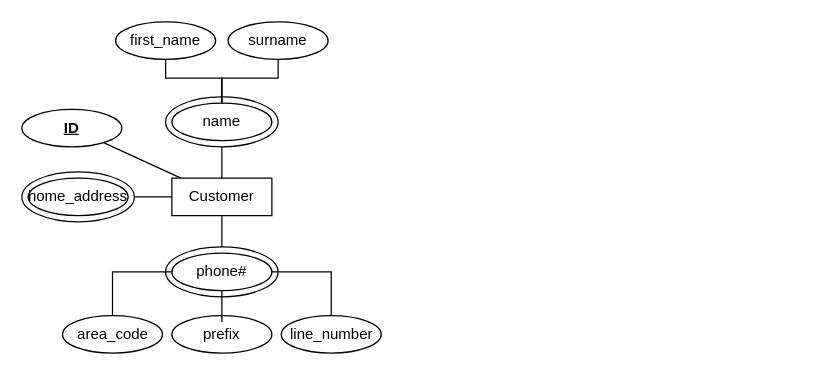
The draw.io diagram Project-Deliverable-1.drawio in RyBres/Database-Project, before the edit. Source tidied: cells renumbered, new cells numbered last; positions are measured from the earlier drawing's top-left corner, leaving out a move shared by most shapes. Both pictures are drawn from the tidied source at 125%, with x=0, y=0 at pixel (21, 21).
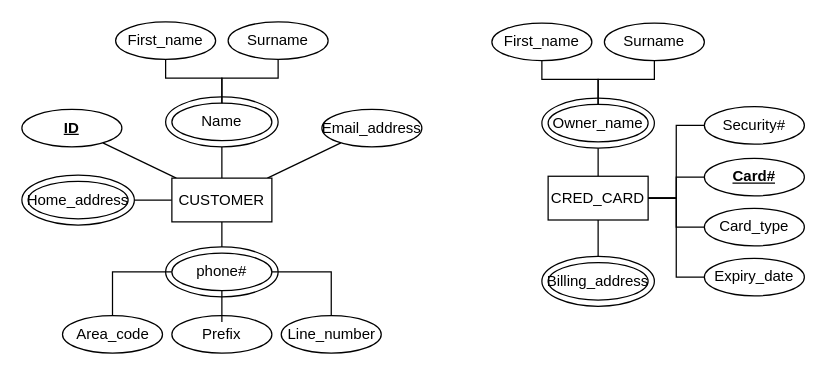
After the change.

Commit message:
Added credit card relation

Unchanged cells that the change refers to:
```xml
<mxCell id="11" style="group;" parent="1" vertex="1">
  <mxGeometry x="32.5" y="180" width="255" height="85" as="geometry" />
</mxCell>
<mxCell id="21" style="group;" parent="1" vertex="1">
  <mxGeometry x="75" width="170" height="100" as="geometry" />
</mxCell>
<mxCell id="24" style="group;" parent="21" vertex="1">
  <mxGeometry x="40" y="60" width="90" height="40" as="geometry" />
</mxCell>
```

Change to the diagram source:
```diff
@@
+    <mxCell id="29" style="rounded=0;jettySize=auto;html=1;endArrow=none;startFill=0;" parent="1" edge="1" source="6" target="30">
+      <mxGeometry relative="1" as="geometry" />
+    </mxCell>
-    <mxCell id="6" value="Customer" style="rounded=0;whiteSpace=wrap;html=1;" parent="1" vertex="1">
-      <mxGeometry x="120" y="125" width="80" height="30" as="geometry" />
+    <mxCell id="6" value="CUSTOMER" style="rounded=0;whiteSpace=wrap;html=1;" parent="1" vertex="1">
+      <mxGeometry x="120" y="125" width="80" height="35" as="geometry" />
     </mxCell>
@@
     <mxCell id="8" style="group;" parent="1" vertex="1">
-      <mxGeometry y="120" width="90" height="40" as="geometry" />
+      <mxGeometry y="122.5" width="90" height="40" as="geometry" />
     </mxCell>
@@
-    <mxCell id="10" value="home_address" style="ellipse;whiteSpace=wrap;html=1;perimeterSpacing=0;" parent="8" vertex="1">
+    <mxCell id="10" value="Home_address" style="ellipse;whiteSpace=wrap;html=1;perimeterSpacing=0;" parent="8" vertex="1">
       <mxGeometry x="5" y="5" width="80" height="30" as="geometry" />
     </mxCell>
@@
-    <mxCell id="15" value="area_code" style="ellipse;whiteSpace=wrap;html=1;" parent="11" vertex="1">
+    <mxCell id="15" value="Area_code" style="ellipse;whiteSpace=wrap;html=1;" parent="11" vertex="1">
       <mxGeometry y="55" width="80" height="30" as="geometry" />
     </mxCell>
-    <mxCell id="16" value="prefix" style="ellipse;whiteSpace=wrap;html=1;" parent="11" vertex="1">
+    <mxCell id="16" value="Prefix" style="ellipse;whiteSpace=wrap;html=1;" parent="11" vertex="1">
       <mxGeometry x="87.5" y="55" width="80" height="30" as="geometry" />
     </mxCell>
-    <mxCell id="17" value="line_number" style="ellipse;whiteSpace=wrap;html=1;" parent="11" vertex="1">
+    <mxCell id="17" value="Line_number" style="ellipse;whiteSpace=wrap;html=1;" parent="11" vertex="1">
       <mxGeometry x="175" y="55" width="80" height="30" as="geometry" />
     </mxCell>
@@
-    <mxCell id="22" value="first_name" style="ellipse;whiteSpace=wrap;html=1;" parent="21" vertex="1">
+    <mxCell id="22" value="First_name" style="ellipse;whiteSpace=wrap;html=1;" parent="21" vertex="1">
       <mxGeometry width="80" height="30" as="geometry" />
     </mxCell>
-    <mxCell id="23" value="surname" style="ellipse;whiteSpace=wrap;html=1;" parent="21" vertex="1">
+    <mxCell id="23" value="Surname" style="ellipse;whiteSpace=wrap;html=1;" parent="21" vertex="1">
       <mxGeometry x="90" width="80" height="30" as="geometry" />
     </mxCell>
@@
-    <mxCell id="26" value="name" style="ellipse;whiteSpace=wrap;html=1;perimeterSpacing=0;" parent="24" vertex="1">
+    <mxCell id="26" value="Name" style="ellipse;whiteSpace=wrap;html=1;perimeterSpacing=0;" parent="24" vertex="1">
       <mxGeometry x="5" y="5" width="80" height="30" as="geometry" />
     </mxCell>
@@
+    <mxCell id="30" value="Email_address" style="ellipse;whiteSpace=wrap;html=1;" parent="1" vertex="1">
+      <mxGeometry x="240" y="70" width="80" height="30" as="geometry" />
+    </mxCell>
+    <mxCell id="31" style="group;" parent="1" vertex="1">
+      <mxGeometry x="376" y="1" width="250" height="226.5" as="geometry" />
+    </mxCell>
+    <mxCell id="32" style="edgeStyle=orthogonalEdgeStyle;rounded=0;jettySize=auto;html=1;exitX=1;exitY=0.5;exitDx=0;exitDy=0;entryX=0;entryY=0.5;entryDx=0;entryDy=0;endArrow=none;startFill=0;" parent="31" edge="1" source="38" target="40">
+      <mxGeometry relative="1" as="geometry" />
+    </mxCell>
+    <mxCell id="33" style="edgeStyle=orthogonalEdgeStyle;rounded=0;jettySize=auto;html=1;exitX=1;exitY=0.5;exitDx=0;exitDy=0;entryX=0;entryY=0.5;entryDx=0;entryDy=0;endArrow=none;startFill=0;" parent="31" edge="1" source="38" target="39">
+      <mxGeometry relative="1" as="geometry" />
+    </mxCell>
+    <mxCell id="34" style="edgeStyle=orthogonalEdgeStyle;rounded=0;jettySize=auto;html=1;exitX=1;exitY=0.5;exitDx=0;exitDy=0;entryX=0;entryY=0.5;entryDx=0;entryDy=0;endArrow=none;startFill=0;" parent="31" edge="1" source="38" target="52">
+      <mxGeometry relative="1" as="geometry" />
+    </mxCell>
+    <mxCell id="35" style="edgeStyle=orthogonalEdgeStyle;rounded=0;jettySize=auto;html=1;exitX=1;exitY=0.5;exitDx=0;exitDy=0;entryX=0;entryY=0.5;entryDx=0;entryDy=0;endArrow=none;startFill=0;" parent="31" edge="1" source="38" target="53">
+      <mxGeometry relative="1" as="geometry" />
+    </mxCell>
+    <mxCell id="36" style="edgeStyle=orthogonalEdgeStyle;rounded=0;jettySize=auto;html=1;endArrow=none;startFill=0;" parent="31" edge="1" source="38" target="51">
+      <mxGeometry relative="1" as="geometry" />
+    </mxCell>
+    <mxCell id="37" style="edgeStyle=orthogonalEdgeStyle;rounded=0;jettySize=auto;html=1;endArrow=none;startFill=0;" parent="31" edge="1" source="38" target="46">
+      <mxGeometry relative="1" as="geometry" />
+    </mxCell>
+    <mxCell id="38" value="CRED_CARD" style="rounded=0;whiteSpace=wrap;html=1;" parent="31" vertex="1">
+      <mxGeometry x="45" y="122.5" width="80" height="35" as="geometry" />
+    </mxCell>
+    <mxCell id="39" value="&lt;u&gt;&lt;b&gt;Card#&lt;/b&gt;&lt;/u&gt;" style="ellipse;whiteSpace=wrap;html=1;" parent="31" vertex="1">
+      <mxGeometry x="170" y="108.2" width="80" height="30" as="geometry" />
+    </mxCell>
+    <mxCell id="40" value="Security#" style="ellipse;whiteSpace=wrap;html=1;" parent="31" vertex="1">
+      <mxGeometry x="170" y="66.8" width="80" height="30" as="geometry" />
+    </mxCell>
+    <mxCell id="41" style="group;" parent="31" vertex="1">
+      <mxGeometry width="170" height="100" as="geometry" />
+    </mxCell>
+    <mxCell id="42" value="First_name" style="ellipse;whiteSpace=wrap;html=1;" parent="41" vertex="1">
+      <mxGeometry width="80" height="30" as="geometry" />
+    </mxCell>
+    <mxCell id="43" value="Surname" style="ellipse;whiteSpace=wrap;html=1;" parent="41" vertex="1">
+      <mxGeometry x="90" width="80" height="30" as="geometry" />
+    </mxCell>
+    <mxCell id="44" style="group;" parent="41" vertex="1">
+      <mxGeometry x="40" y="60" width="90" height="40" as="geometry" />
+    </mxCell>
+    <mxCell id="45" style="ellipse;whiteSpace=wrap;html=1;" parent="44" vertex="1">
+      <mxGeometry width="90" height="40" as="geometry" />
+    </mxCell>
+    <mxCell id="46" value="Owner_name" style="ellipse;whiteSpace=wrap;html=1;perimeterSpacing=0;" parent="44" vertex="1">
+      <mxGeometry x="5" y="5" width="80" height="30" as="geometry" />
+    </mxCell>
+    <mxCell id="47" style="edgeStyle=orthogonalEdgeStyle;rounded=0;jettySize=auto;html=1;endArrow=none;startFill=0;" parent="41" edge="1" source="46" target="43">
+      <mxGeometry relative="1" as="geometry" />
+    </mxCell>
+    <mxCell id="48" style="edgeStyle=orthogonalEdgeStyle;rounded=0;jettySize=auto;html=1;endArrow=none;startFill=0;" parent="41" edge="1" source="46" target="42">
+      <mxGeometry relative="1" as="geometry" />
+    </mxCell>
+    <mxCell id="49" style="group;" parent="31" vertex="1">
+      <mxGeometry x="40" y="186.5" width="90" height="40" as="geometry" />
+    </mxCell>
+    <mxCell id="50" style="ellipse;whiteSpace=wrap;html=1;" parent="49" vertex="1">
+      <mxGeometry width="90" height="40" as="geometry" />
+    </mxCell>
+    <mxCell id="51" value="Billing_address" style="ellipse;whiteSpace=wrap;html=1;perimeterSpacing=0;" parent="49" vertex="1">
+      <mxGeometry x="5" y="5" width="80" height="30" as="geometry" />
+    </mxCell>
+    <mxCell id="52" value="Card_type" style="ellipse;whiteSpace=wrap;html=1;" parent="31" vertex="1">
+      <mxGeometry x="170" y="148.2" width="80" height="30" as="geometry" />
+    </mxCell>
+    <mxCell id="53" value="Expiry_date" style="ellipse;whiteSpace=wrap;html=1;" parent="31" vertex="1">
+      <mxGeometry x="170" y="188.2" width="80" height="30" as="geometry" />
+    </mxCell>
```
